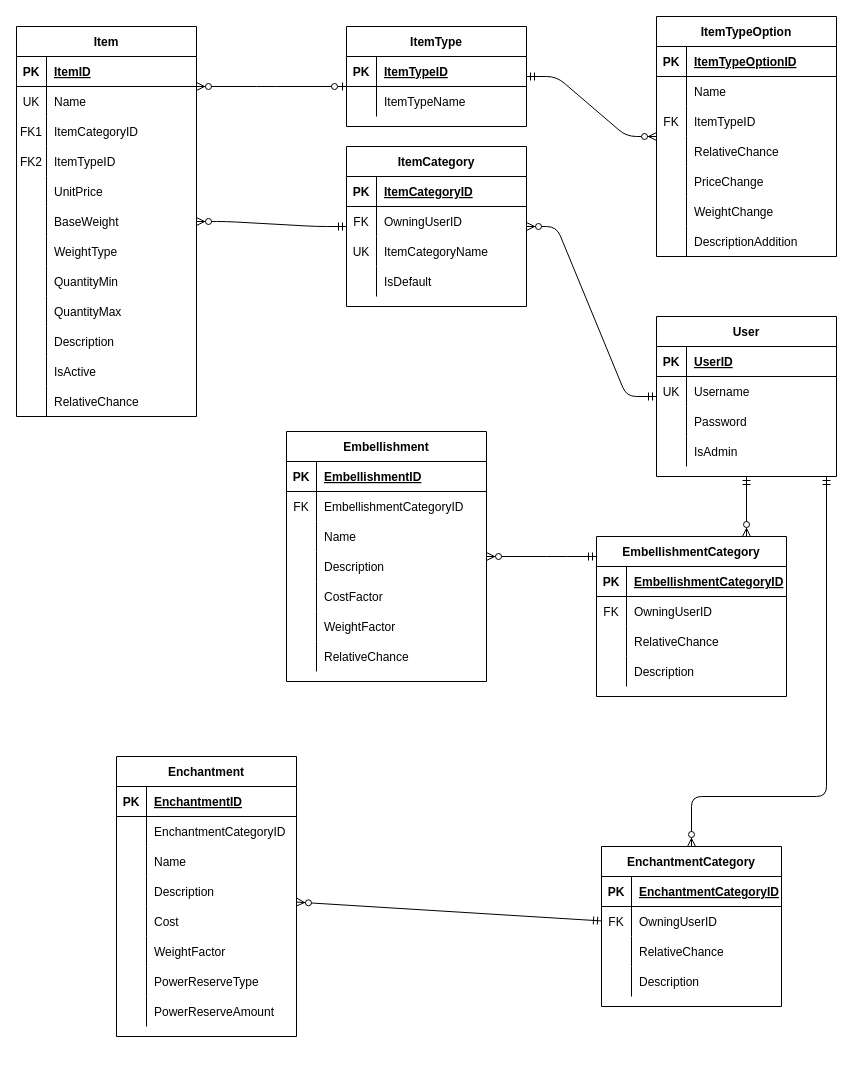
Above: DatabaseDesign/DatabaseDiagrams.drawio in nico6bury/CIS560TeamProject (draw.io), before the change. Source tidied: cells renumbered, new cells numbered last; positions are measured from the earlier drawing's top-left corner, leaving out a move shared by most shapes. Both pictures are drawn from the tidied source at 100%, with x=0, y=0 at pixel (16, 16).
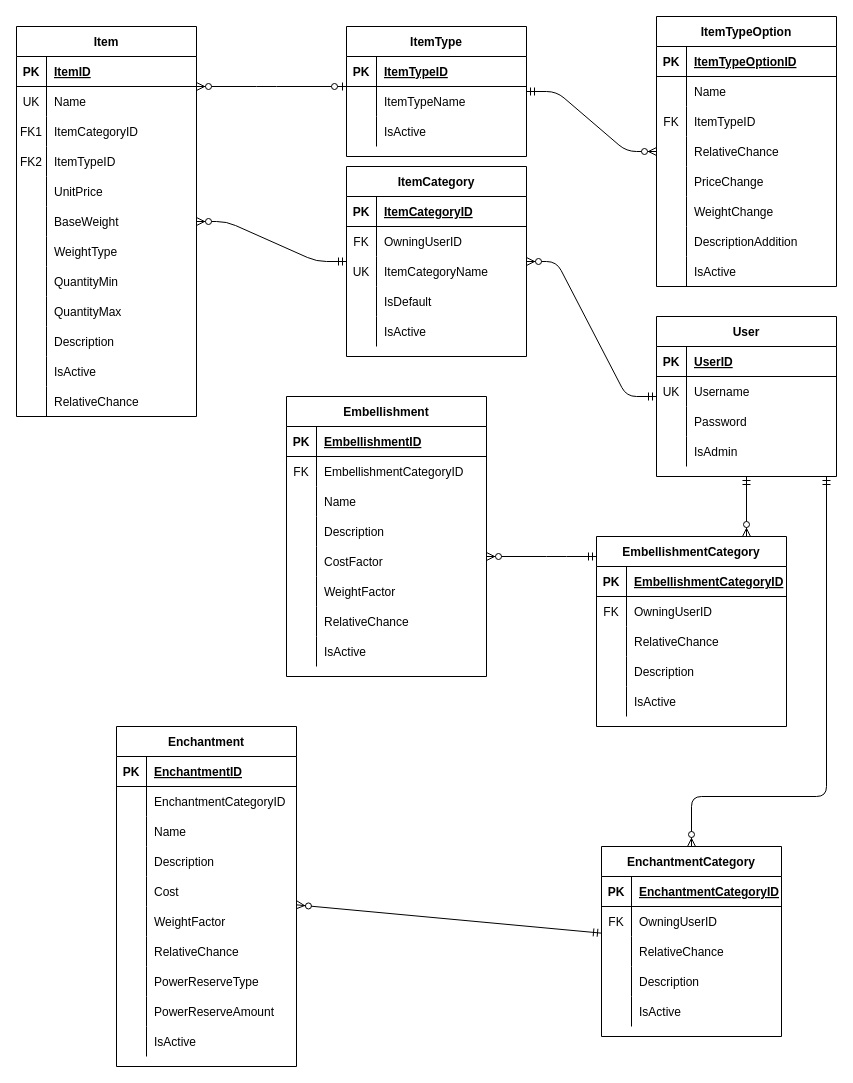
The same page after the edit.

Commit message:
Added a RelativeChance and IsActive rows to a few tables

Diff of the diagram source:
```diff
@@
     <mxCell id="43" value="ItemType" style="shape=table;startSize=30;childLayout=tableLayout;rowLines=0;fontStyle=1;align=center;" parent="1" vertex="1">
-      <mxGeometry x="330" y="10" width="180" height="100" as="geometry" />
+      <mxGeometry x="330" y="10" width="180" height="130" as="geometry" />
     </mxCell>
@@
+    <mxCell id="175" style="shape=partialRectangle;fillColor=none;top=0;left=0;bottom=0;right=0;" parent="43" vertex="1">
+      <mxGeometry y="90" width="180" height="30" as="geometry" />
+    </mxCell>
+    <mxCell id="176" style="shape=partialRectangle;fillColor=none;top=0;left=0;bottom=0;right=0;overflow=hidden;" parent="175" vertex="1">
+      <mxGeometry width="30" height="30" as="geometry" />
+    </mxCell>
+    <mxCell id="177" value="IsActive" style="shape=partialRectangle;fillColor=none;top=0;left=0;bottom=0;right=0;align=left;spacingLeft=6;overflow=hidden;" parent="175" vertex="1">
+      <mxGeometry x="30" width="150" height="30" as="geometry" />
+    </mxCell>
     <mxCell id="50" value="ItemTypeOption" style="shape=table;startSize=30;childLayout=tableLayout;rowLines=0;fontStyle=1;align=center;" parent="1" vertex="1">
-      <mxGeometry x="640" width="180" height="240" as="geometry" />
+      <mxGeometry x="640" width="180" height="270" as="geometry" />
     </mxCell>
@@
+    <mxCell id="178" style="shape=partialRectangle;fillColor=none;top=0;left=0;bottom=0;right=0;" parent="50" vertex="1">
+      <mxGeometry y="240" width="180" height="30" as="geometry" />
+    </mxCell>
+    <mxCell id="179" style="shape=partialRectangle;fillColor=none;top=0;left=0;bottom=0;right=0;overflow=hidden;" parent="178" vertex="1">
+      <mxGeometry width="30" height="30" as="geometry" />
+    </mxCell>
+    <mxCell id="180" value="IsActive" style="shape=partialRectangle;fillColor=none;top=0;left=0;bottom=0;right=0;align=left;spacingLeft=6;overflow=hidden;" parent="178" vertex="1">
+      <mxGeometry x="30" width="150" height="30" as="geometry" />
+    </mxCell>
@@
-    <mxCell id="87" value="ItemCategory" style="shape=table;startSize=30;childLayout=tableLayout;rowLines=0;fontStyle=1;align=center;" parent="1" vertex="1">
-      <mxGeometry x="330" y="130" width="180" height="160" as="geometry" />
-    </mxCell>
-    <mxCell id="88" style="shape=partialRectangle;fillColor=none;top=0;left=0;bottom=1;right=0;" parent="87" vertex="1">
-      <mxGeometry y="30" width="180" height="30" as="geometry" />
-    </mxCell>
-    <mxCell id="89" value="PK" style="shape=partialRectangle;fillColor=none;top=0;left=0;bottom=0;right=0;fontStyle=1;overflow=hidden;" parent="88" vertex="1">
-      <mxGeometry width="30" height="30" as="geometry" />
-    </mxCell>
-    <mxCell id="90" value="ItemCategoryID" style="shape=partialRectangle;fillColor=none;top=0;left=0;bottom=0;right=0;align=left;spacingLeft=6;fontStyle=5;overflow=hidden;" parent="88" vertex="1">
-      <mxGeometry x="30" width="150" height="30" as="geometry" />
-    </mxCell>
-    <mxCell id="91" style="shape=partialRectangle;fillColor=none;top=0;left=0;bottom=0;right=0;" parent="87" vertex="1">
-      <mxGeometry y="60" width="180" height="30" as="geometry" />
-    </mxCell>
-    <mxCell id="92" value="FK" style="shape=partialRectangle;fillColor=none;top=0;left=0;bottom=0;right=0;overflow=hidden;" parent="91" vertex="1">
-      <mxGeometry width="30" height="30" as="geometry" />
-    </mxCell>
-    <mxCell id="93" value="OwningUserID" style="shape=partialRectangle;fillColor=none;top=0;left=0;bottom=0;right=0;align=left;spacingLeft=6;overflow=hidden;" parent="91" vertex="1">
-      <mxGeometry x="30" width="150" height="30" as="geometry" />
-    </mxCell>
-    <mxCell id="94" style="shape=partialRectangle;fillColor=none;top=0;left=0;bottom=0;right=0;" parent="87" vertex="1">
-      <mxGeometry y="90" width="180" height="30" as="geometry" />
-    </mxCell>
-    <mxCell id="95" value="UK" style="shape=partialRectangle;fillColor=none;top=0;left=0;bottom=0;right=0;overflow=hidden;" parent="94" vertex="1">
-      <mxGeometry width="30" height="30" as="geometry" />
-    </mxCell>
-    <mxCell id="96" value="ItemCategoryName" style="shape=partialRectangle;fillColor=none;top=0;left=0;bottom=0;right=0;align=left;spacingLeft=6;overflow=hidden;" parent="94" vertex="1">
-      <mxGeometry x="30" width="150" height="30" as="geometry" />
-    </mxCell>
-    <mxCell id="97" style="shape=partialRectangle;fillColor=none;top=0;left=0;bottom=0;right=0;" parent="87" vertex="1">
-      <mxGeometry y="120" width="180" height="30" as="geometry" />
-    </mxCell>
-    <mxCell id="98" style="shape=partialRectangle;fillColor=none;top=0;left=0;bottom=0;right=0;overflow=hidden;" parent="97" vertex="1">
-      <mxGeometry width="30" height="30" as="geometry" />
-    </mxCell>
-    <mxCell id="99" value="IsDefault" style="shape=partialRectangle;fillColor=none;top=0;left=0;bottom=0;right=0;align=left;spacingLeft=6;overflow=hidden;" parent="97" vertex="1">
-      <mxGeometry x="30" width="150" height="30" as="geometry" />
-    </mxCell>
@@
     <mxCell id="102" value="EmbellishmentCategory" style="shape=table;startSize=30;childLayout=tableLayout;rowLines=0;fontStyle=1;align=center;" parent="1" vertex="1">
-      <mxGeometry x="580" y="520" width="190" height="160" as="geometry" />
+      <mxGeometry x="580" y="520" width="190" height="190" as="geometry" />
     </mxCell>
@@
+    <mxCell id="181" style="shape=partialRectangle;fillColor=none;top=0;left=0;bottom=0;right=0;" parent="102" vertex="1">
+      <mxGeometry y="150" width="190" height="30" as="geometry" />
+    </mxCell>
+    <mxCell id="182" style="shape=partialRectangle;fillColor=none;top=0;left=0;bottom=0;right=0;overflow=hidden;" parent="181" vertex="1">
+      <mxGeometry width="30" height="30" as="geometry" />
+    </mxCell>
+    <mxCell id="183" value="IsActive" style="shape=partialRectangle;fillColor=none;top=0;left=0;bottom=0;right=0;align=left;spacingLeft=6;overflow=hidden;" parent="181" vertex="1">
+      <mxGeometry x="30" width="160" height="30" as="geometry" />
+    </mxCell>
+    <mxCell id="87" value="ItemCategory" style="shape=table;startSize=30;childLayout=tableLayout;rowLines=0;fontStyle=1;align=center;" parent="1" vertex="1">
+      <mxGeometry x="330" y="150" width="180" height="190" as="geometry" />
+    </mxCell>
+    <mxCell id="88" style="shape=partialRectangle;fillColor=none;top=0;left=0;bottom=1;right=0;" parent="87" vertex="1">
+      <mxGeometry y="30" width="180" height="30" as="geometry" />
+    </mxCell>
+    <mxCell id="89" value="PK" style="shape=partialRectangle;fillColor=none;top=0;left=0;bottom=0;right=0;fontStyle=1;overflow=hidden;" parent="88" vertex="1">
+      <mxGeometry width="30" height="30" as="geometry" />
+    </mxCell>
+    <mxCell id="90" value="ItemCategoryID" style="shape=partialRectangle;fillColor=none;top=0;left=0;bottom=0;right=0;align=left;spacingLeft=6;fontStyle=5;overflow=hidden;" parent="88" vertex="1">
+      <mxGeometry x="30" width="150" height="30" as="geometry" />
+    </mxCell>
+    <mxCell id="91" style="shape=partialRectangle;fillColor=none;top=0;left=0;bottom=0;right=0;" parent="87" vertex="1">
+      <mxGeometry y="60" width="180" height="30" as="geometry" />
+    </mxCell>
+    <mxCell id="92" value="FK" style="shape=partialRectangle;fillColor=none;top=0;left=0;bottom=0;right=0;overflow=hidden;" parent="91" vertex="1">
+      <mxGeometry width="30" height="30" as="geometry" />
+    </mxCell>
+    <mxCell id="93" value="OwningUserID" style="shape=partialRectangle;fillColor=none;top=0;left=0;bottom=0;right=0;align=left;spacingLeft=6;overflow=hidden;" parent="91" vertex="1">
+      <mxGeometry x="30" width="150" height="30" as="geometry" />
+    </mxCell>
+    <mxCell id="94" style="shape=partialRectangle;fillColor=none;top=0;left=0;bottom=0;right=0;" parent="87" vertex="1">
+      <mxGeometry y="90" width="180" height="30" as="geometry" />
+    </mxCell>
+    <mxCell id="95" value="UK" style="shape=partialRectangle;fillColor=none;top=0;left=0;bottom=0;right=0;overflow=hidden;" parent="94" vertex="1">
+      <mxGeometry width="30" height="30" as="geometry" />
+    </mxCell>
+    <mxCell id="96" value="ItemCategoryName" style="shape=partialRectangle;fillColor=none;top=0;left=0;bottom=0;right=0;align=left;spacingLeft=6;overflow=hidden;" parent="94" vertex="1">
+      <mxGeometry x="30" width="150" height="30" as="geometry" />
+    </mxCell>
+    <mxCell id="97" style="shape=partialRectangle;fillColor=none;top=0;left=0;bottom=0;right=0;" parent="87" vertex="1">
+      <mxGeometry y="120" width="180" height="30" as="geometry" />
+    </mxCell>
+    <mxCell id="98" style="shape=partialRectangle;fillColor=none;top=0;left=0;bottom=0;right=0;overflow=hidden;" parent="97" vertex="1">
+      <mxGeometry width="30" height="30" as="geometry" />
+    </mxCell>
+    <mxCell id="99" value="IsDefault" style="shape=partialRectangle;fillColor=none;top=0;left=0;bottom=0;right=0;align=left;spacingLeft=6;overflow=hidden;" parent="97" vertex="1">
+      <mxGeometry x="30" width="150" height="30" as="geometry" />
+    </mxCell>
+    <mxCell id="184" style="shape=partialRectangle;fillColor=none;top=0;left=0;bottom=0;right=0;" parent="87" vertex="1">
+      <mxGeometry y="150" width="180" height="30" as="geometry" />
+    </mxCell>
+    <mxCell id="185" style="shape=partialRectangle;fillColor=none;top=0;left=0;bottom=0;right=0;overflow=hidden;" parent="184" vertex="1">
+      <mxGeometry width="30" height="30" as="geometry" />
+    </mxCell>
+    <mxCell id="186" value="IsActive" style="shape=partialRectangle;fillColor=none;top=0;left=0;bottom=0;right=0;align=left;spacingLeft=6;overflow=hidden;" parent="184" vertex="1">
+      <mxGeometry x="30" width="150" height="30" as="geometry" />
+    </mxCell>
     <mxCell id="115" value="EnchantmentCategory" style="shape=table;startSize=30;childLayout=tableLayout;rowLines=0;fontStyle=1;align=center;" parent="1" vertex="1">
-      <mxGeometry x="585" y="830" width="180" height="160" as="geometry" />
+      <mxGeometry x="585" y="830" width="180" height="190" as="geometry" />
     </mxCell>
@@
+    <mxCell id="187" style="shape=partialRectangle;fillColor=none;top=0;left=0;bottom=0;right=0;" parent="115" vertex="1">
+      <mxGeometry y="150" width="180" height="30" as="geometry" />
+    </mxCell>
+    <mxCell id="188" style="shape=partialRectangle;fillColor=none;top=0;left=0;bottom=0;right=0;overflow=hidden;" parent="187" vertex="1">
+      <mxGeometry width="30" height="30" as="geometry" />
+    </mxCell>
+    <mxCell id="189" value="IsActive" style="shape=partialRectangle;fillColor=none;top=0;left=0;bottom=0;right=0;align=left;spacingLeft=6;overflow=hidden;" parent="187" vertex="1">
+      <mxGeometry x="30" width="150" height="30" as="geometry" />
+    </mxCell>
     <mxCell id="128" value="Enchantment" style="shape=table;startSize=30;childLayout=tableLayout;rowLines=0;fontStyle=1;align=center;" parent="1" vertex="1">
-      <mxGeometry x="100" y="740" width="180" height="280" as="geometry" />
+      <mxGeometry x="100" y="710" width="180" height="340" as="geometry" />
     </mxCell>
@@
+    <mxCell id="190" style="shape=partialRectangle;fillColor=none;top=0;left=0;bottom=0;right=0;" parent="128" vertex="1">
+      <mxGeometry y="210" width="180" height="30" as="geometry" />
+    </mxCell>
+    <mxCell id="191" style="shape=partialRectangle;fillColor=none;top=0;left=0;bottom=0;right=0;overflow=hidden;" parent="190" vertex="1">
+      <mxGeometry width="30" height="30" as="geometry" />
+    </mxCell>
+    <mxCell id="192" value="RelativeChance" style="shape=partialRectangle;fillColor=none;top=0;left=0;bottom=0;right=0;align=left;spacingLeft=6;overflow=hidden;" parent="190" vertex="1">
+      <mxGeometry x="30" width="150" height="30" as="geometry" />
+    </mxCell>
     <mxCell id="147" style="shape=partialRectangle;fillColor=none;top=0;left=0;bottom=0;right=0;" parent="128" vertex="1">
-      <mxGeometry y="210" width="180" height="30" as="geometry" />
+      <mxGeometry y="240" width="180" height="30" as="geometry" />
     </mxCell>
@@
     <mxCell id="150" style="shape=partialRectangle;fillColor=none;top=0;left=0;bottom=0;right=0;" parent="128" vertex="1">
-      <mxGeometry y="240" width="180" height="30" as="geometry" />
+      <mxGeometry y="270" width="180" height="30" as="geometry" />
     </mxCell>
@@
+    <mxCell id="193" style="shape=partialRectangle;fillColor=none;top=0;left=0;bottom=0;right=0;" parent="128" vertex="1">
+      <mxGeometry y="300" width="180" height="30" as="geometry" />
+    </mxCell>
+    <mxCell id="194" style="shape=partialRectangle;fillColor=none;top=0;left=0;bottom=0;right=0;overflow=hidden;" parent="193" vertex="1">
+      <mxGeometry width="30" height="30" as="geometry" />
+    </mxCell>
+    <mxCell id="195" value="IsActive" style="shape=partialRectangle;fillColor=none;top=0;left=0;bottom=0;right=0;align=left;spacingLeft=6;overflow=hidden;" parent="193" vertex="1">
+      <mxGeometry x="30" width="150" height="30" as="geometry" />
+    </mxCell>
     <mxCell id="153" value="Embellishment" style="shape=table;startSize=30;childLayout=tableLayout;rowLines=0;fontStyle=1;align=center;" parent="1" vertex="1">
-      <mxGeometry x="270" y="415" width="200" height="250" as="geometry" />
+      <mxGeometry x="270" y="380" width="200" height="280" as="geometry" />
     </mxCell>
@@
+    <mxCell id="196" style="shape=partialRectangle;fillColor=none;top=0;left=0;bottom=0;right=0;" parent="153" vertex="1">
+      <mxGeometry y="240" width="200" height="30" as="geometry" />
+    </mxCell>
+    <mxCell id="197" style="shape=partialRectangle;fillColor=none;top=0;left=0;bottom=0;right=0;overflow=hidden;" parent="196" vertex="1">
+      <mxGeometry width="30" height="30" as="geometry" />
+    </mxCell>
+    <mxCell id="198" value="IsActive" style="shape=partialRectangle;fillColor=none;top=0;left=0;bottom=0;right=0;align=left;spacingLeft=6;overflow=hidden;" parent="196" vertex="1">
+      <mxGeometry x="30" width="170" height="30" as="geometry" />
+    </mxCell>
```
